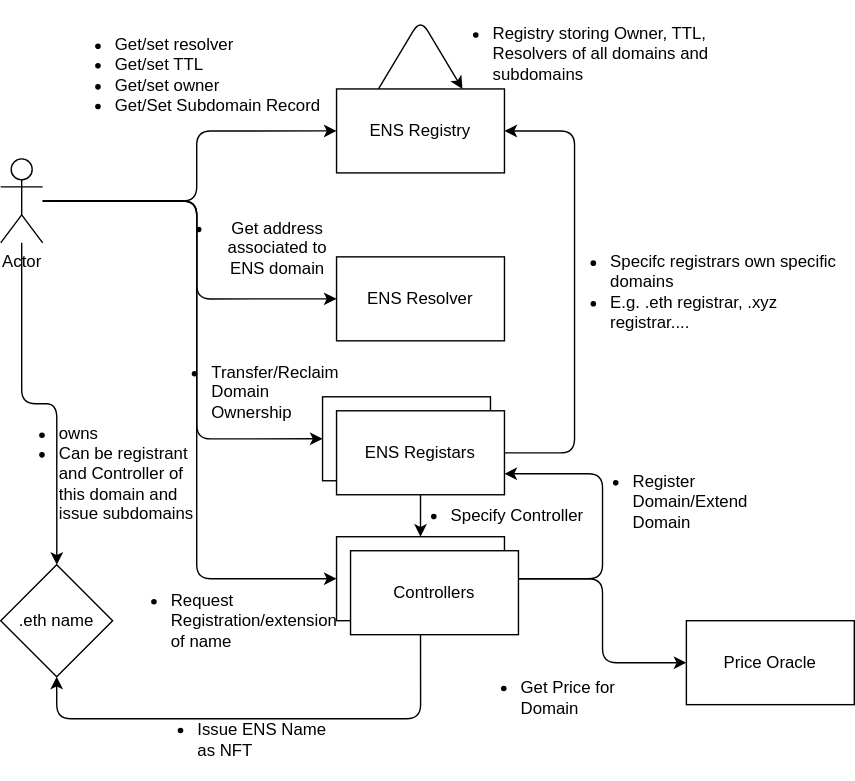
The draw.io diagram ens/ens.drawio.svg in oliversinan/web3-architecture, before a commit. Source tidied: cells renumbered, new cells last; positions are measured from the earlier drawing's top-left corner, leaving out a move shared by most shapes. The source it was exported from:
```xml
<mxGraphModel background="#ffffff">
  <root>
    <mxCell id="0" />
    <mxCell id="1" parent="0" />
    <mxCell id="2" value="ENS Registry" style="rounded=0;whiteSpace=wrap;html=1;" parent="1" vertex="1">
      <mxGeometry x="240" y="60" width="120" height="60" as="geometry" />
    </mxCell>
    <mxCell id="3" value="ENS Resolver" style="rounded=0;whiteSpace=wrap;html=1;" parent="1" vertex="1">
      <mxGeometry x="240" y="180" width="120" height="60" as="geometry" />
    </mxCell>
    <mxCell id="4" style="edgeStyle=orthogonalEdgeStyle;html=1;entryX=0;entryY=0.5;entryDx=0;entryDy=0;" parent="1" edge="1" source="8" target="2">
      <mxGeometry relative="1" as="geometry">
        <Array as="points">
          <mxPoint x="140" y="140" />
          <mxPoint x="140" y="90" />
        </Array>
      </mxGeometry>
    </mxCell>
    <mxCell id="5" style="edgeStyle=orthogonalEdgeStyle;html=1;entryX=0;entryY=0.5;entryDx=0;entryDy=0;" parent="1" edge="1" source="8" target="3">
      <mxGeometry relative="1" as="geometry">
        <Array as="points">
          <mxPoint x="140" y="140" />
          <mxPoint x="140" y="210" />
        </Array>
      </mxGeometry>
    </mxCell>
    <mxCell id="6" style="edgeStyle=orthogonalEdgeStyle;html=1;entryX=0;entryY=0.5;entryDx=0;entryDy=0;" parent="1" edge="1" source="8" target="12">
      <mxGeometry relative="1" as="geometry">
        <Array as="points">
          <mxPoint x="140" y="140" />
          <mxPoint x="140" y="310" />
        </Array>
      </mxGeometry>
    </mxCell>
    <mxCell id="7" style="edgeStyle=orthogonalEdgeStyle;html=1;" parent="1" edge="1" source="8" target="11">
      <mxGeometry relative="1" as="geometry" />
    </mxCell>
    <mxCell id="8" value="Actor" style="shape=umlActor;verticalLabelPosition=bottom;verticalAlign=top;html=1;outlineConnect=0;" parent="1" vertex="1">
      <mxGeometry y="110" width="30" height="60" as="geometry" />
    </mxCell>
    <mxCell id="9" value="&lt;ul&gt;&lt;li&gt;Get/set resolver&lt;/li&gt;&lt;li&gt;Get/set TTL&lt;/li&gt;&lt;li&gt;Get/set owner&lt;/li&gt;&lt;li&gt;Get/Set Subdomain Record&lt;/li&gt;&lt;/ul&gt;" style="text;html=1;strokeColor=none;fillColor=none;align=left;verticalAlign=middle;whiteSpace=wrap;rounded=0;" parent="1" vertex="1">
      <mxGeometry x="40" y="15" width="210" height="70" as="geometry" />
    </mxCell>
    <mxCell id="10" value="&lt;ul&gt;&lt;li&gt;Get address associated to ENS domain&lt;/li&gt;&lt;/ul&gt;" style="text;html=1;strokeColor=none;fillColor=none;align=center;verticalAlign=middle;whiteSpace=wrap;rounded=0;" parent="1" vertex="1">
      <mxGeometry x="113" y="159" width="130" height="30" as="geometry" />
    </mxCell>
    <mxCell id="11" value=".eth name" style="rhombus;whiteSpace=wrap;html=1;" parent="1" vertex="1">
      <mxGeometry y="400" width="80" height="80" as="geometry" />
    </mxCell>
    <mxCell id="12" value="ENS Registars" style="rounded=0;whiteSpace=wrap;html=1;" parent="1" vertex="1">
      <mxGeometry x="230" y="280" width="120" height="60" as="geometry" />
    </mxCell>
    <mxCell id="13" value="&lt;ul&gt;&lt;li&gt;Specifc registrars own specific domains&lt;/li&gt;&lt;li&gt;E.g. .eth registrar, .xyz registrar....&lt;/li&gt;&lt;/ul&gt;" style="text;html=1;strokeColor=none;fillColor=none;align=left;verticalAlign=middle;whiteSpace=wrap;rounded=0;" parent="1" vertex="1">
      <mxGeometry x="394" y="170" width="210" height="70" as="geometry" />
    </mxCell>
    <mxCell id="14" style="edgeStyle=orthogonalEdgeStyle;html=1;entryX=1;entryY=0.5;entryDx=0;entryDy=0;" parent="1" edge="1" source="16" target="2">
      <mxGeometry relative="1" as="geometry">
        <Array as="points">
          <mxPoint x="410" y="320" />
          <mxPoint x="410" y="90" />
        </Array>
      </mxGeometry>
    </mxCell>
    <mxCell id="15" style="edgeStyle=orthogonalEdgeStyle;html=1;exitX=0.5;exitY=1;exitDx=0;exitDy=0;entryX=0.5;entryY=0;entryDx=0;entryDy=0;" parent="1" edge="1" source="16" target="22">
      <mxGeometry relative="1" as="geometry" />
    </mxCell>
    <mxCell id="16" value="ENS Registars" style="rounded=0;whiteSpace=wrap;html=1;" parent="1" vertex="1">
      <mxGeometry x="240" y="290" width="120" height="60" as="geometry" />
    </mxCell>
    <mxCell id="17" style="edgeStyle=orthogonalEdgeStyle;html=1;exitX=0.25;exitY=0;exitDx=0;exitDy=0;entryX=0.75;entryY=0;entryDx=0;entryDy=0;" parent="1" edge="1" source="2" target="2">
      <mxGeometry relative="1" as="geometry">
        <Array as="points">
          <mxPoint x="300" y="10" />
        </Array>
      </mxGeometry>
    </mxCell>
    <mxCell id="18" value="&lt;ul&gt;&lt;li&gt;Registry storing Owner, TTL, Resolvers of all domains and subdomains&lt;/li&gt;&lt;/ul&gt;" style="text;html=1;strokeColor=none;fillColor=none;align=left;verticalAlign=middle;whiteSpace=wrap;rounded=0;" parent="1" vertex="1">
      <mxGeometry x="310" width="210" height="70" as="geometry" />
    </mxCell>
    <mxCell id="19" style="edgeStyle=orthogonalEdgeStyle;html=1;exitX=1;exitY=0.5;exitDx=0;exitDy=0;entryX=0;entryY=0.5;entryDx=0;entryDy=0;" parent="1" edge="1" source="22" target="25">
      <mxGeometry relative="1" as="geometry">
        <Array as="points">
          <mxPoint x="430" y="410" />
          <mxPoint x="430" y="470" />
        </Array>
      </mxGeometry>
    </mxCell>
    <mxCell id="20" style="edgeStyle=orthogonalEdgeStyle;html=1;entryX=1;entryY=0.75;entryDx=0;entryDy=0;" parent="1" edge="1" source="22" target="16">
      <mxGeometry relative="1" as="geometry">
        <Array as="points">
          <mxPoint x="430" y="410" />
          <mxPoint x="430" y="335" />
        </Array>
      </mxGeometry>
    </mxCell>
    <mxCell id="21" style="edgeStyle=orthogonalEdgeStyle;html=1;exitX=0.5;exitY=1;exitDx=0;exitDy=0;entryX=0.5;entryY=1;entryDx=0;entryDy=0;" parent="1" edge="1" source="22" target="11">
      <mxGeometry relative="1" as="geometry">
        <Array as="points">
          <mxPoint x="300" y="510" />
          <mxPoint x="40" y="510" />
        </Array>
      </mxGeometry>
    </mxCell>
    <mxCell id="22" value="Controllers" style="rounded=0;whiteSpace=wrap;html=1;" parent="1" vertex="1">
      <mxGeometry x="240" y="380" width="120" height="60" as="geometry" />
    </mxCell>
    <mxCell id="23" style="edgeStyle=orthogonalEdgeStyle;html=1;entryX=0;entryY=0.5;entryDx=0;entryDy=0;" parent="1" edge="1" target="22">
      <mxGeometry relative="1" as="geometry">
        <mxPoint x="40" y="140" as="sourcePoint" />
        <Array as="points">
          <mxPoint x="140" y="140" />
          <mxPoint x="140" y="410" />
        </Array>
      </mxGeometry>
    </mxCell>
    <mxCell id="24" value="&lt;ul&gt;&lt;li&gt;Request Registration/extension of name&lt;/li&gt;&lt;/ul&gt;" style="text;html=1;strokeColor=none;fillColor=none;align=left;verticalAlign=middle;whiteSpace=wrap;rounded=0;" parent="1" vertex="1">
      <mxGeometry x="80" y="425" width="130" height="30" as="geometry" />
    </mxCell>
    <mxCell id="25" value="Price Oracle" style="rounded=0;whiteSpace=wrap;html=1;" parent="1" vertex="1">
      <mxGeometry x="490" y="440" width="120" height="60" as="geometry" />
    </mxCell>
    <mxCell id="26" value="&lt;ul&gt;&lt;li&gt;Get Price for Domain&lt;/li&gt;&lt;/ul&gt;" style="text;html=1;strokeColor=none;fillColor=none;align=left;verticalAlign=middle;whiteSpace=wrap;rounded=0;" parent="1" vertex="1">
      <mxGeometry x="330" y="480" width="150" height="30" as="geometry" />
    </mxCell>
    <mxCell id="27" value="&lt;ul&gt;&lt;li&gt;Register Domain/Extend Domain&lt;/li&gt;&lt;/ul&gt;" style="text;html=1;strokeColor=none;fillColor=none;align=left;verticalAlign=middle;whiteSpace=wrap;rounded=0;" parent="1" vertex="1">
      <mxGeometry x="410" y="340" width="150" height="30" as="geometry" />
    </mxCell>
    <mxCell id="28" value="&lt;ul&gt;&lt;li&gt;Specify Controller&lt;/li&gt;&lt;/ul&gt;" style="text;html=1;strokeColor=none;fillColor=none;align=left;verticalAlign=middle;whiteSpace=wrap;rounded=0;" parent="1" vertex="1">
      <mxGeometry x="280" y="350" width="150" height="30" as="geometry" />
    </mxCell>
    <mxCell id="29" value="&lt;ul&gt;&lt;li&gt;Transfer/Reclaim Domain Ownership&lt;/li&gt;&lt;/ul&gt;" style="text;html=1;strokeColor=none;fillColor=none;align=left;verticalAlign=middle;whiteSpace=wrap;rounded=0;" parent="1" vertex="1">
      <mxGeometry x="109" y="262" width="130" height="30" as="geometry" />
    </mxCell>
    <mxCell id="30" value="&lt;ul&gt;&lt;li&gt;Issue ENS Name as NFT&lt;/li&gt;&lt;/ul&gt;" style="text;html=1;strokeColor=none;fillColor=none;align=left;verticalAlign=middle;whiteSpace=wrap;rounded=0;" parent="1" vertex="1">
      <mxGeometry x="99" y="510" width="150" height="30" as="geometry" />
    </mxCell>
    <mxCell id="31" value="&lt;ul&gt;&lt;li&gt;owns&lt;/li&gt;&lt;li&gt;Can be registrant and Controller of this domain and issue subdomains&lt;/li&gt;&lt;/ul&gt;" style="text;html=1;strokeColor=none;fillColor=none;align=left;verticalAlign=middle;whiteSpace=wrap;rounded=0;" parent="1" vertex="1">
      <mxGeometry y="320" width="150" height="30" as="geometry" />
    </mxCell>
    <mxCell id="32" value="Controllers" style="rounded=0;whiteSpace=wrap;html=1;" parent="1" vertex="1">
      <mxGeometry x="250" y="390" width="120" height="60" as="geometry" />
    </mxCell>
  </root>
</mxGraphModel>
```
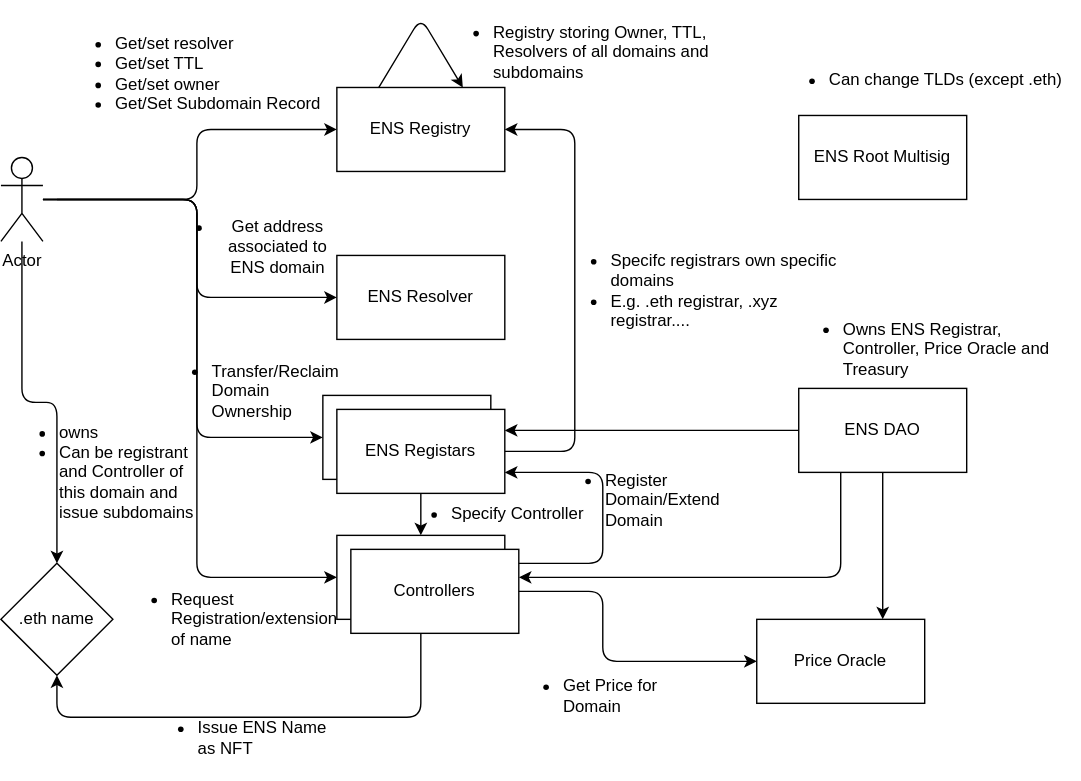
Above is the later version.

Change to the diagram source:
```diff
@@ -80,7 +80,8 @@
     <mxCell id="19" style="edgeStyle=orthogonalEdgeStyle;html=1;exitX=1;exitY=0.5;exitDx=0;exitDy=0;entryX=0;entryY=0.5;entryDx=0;entryDy=0;" parent="1" edge="1" source="22" target="25">
       <mxGeometry relative="1" as="geometry">
         <Array as="points">
-          <mxPoint x="430" y="410" />
+          <mxPoint x="360" y="420" />
+          <mxPoint x="430" y="420" />
           <mxPoint x="430" y="470" />
         </Array>
       </mxGeometry>
@@ -88,7 +89,7 @@
     <mxCell id="20" style="edgeStyle=orthogonalEdgeStyle;html=1;entryX=1;entryY=0.75;entryDx=0;entryDy=0;" parent="1" edge="1" source="22" target="16">
       <mxGeometry relative="1" as="geometry">
         <Array as="points">
-          <mxPoint x="430" y="410" />
+          <mxPoint x="430" y="400" />
           <mxPoint x="430" y="335" />
         </Array>
       </mxGeometry>
@@ -117,13 +118,13 @@
       <mxGeometry x="80" y="425" width="130" height="30" as="geometry" />
     </mxCell>
     <mxCell id="25" value="Price Oracle" style="rounded=0;whiteSpace=wrap;html=1;" parent="1" vertex="1">
-      <mxGeometry x="490" y="440" width="120" height="60" as="geometry" />
+      <mxGeometry x="540" y="440" width="120" height="60" as="geometry" />
     </mxCell>
     <mxCell id="26" value="&lt;ul&gt;&lt;li&gt;Get Price for Domain&lt;/li&gt;&lt;/ul&gt;" style="text;html=1;strokeColor=none;fillColor=none;align=left;verticalAlign=middle;whiteSpace=wrap;rounded=0;" parent="1" vertex="1">
-      <mxGeometry x="330" y="480" width="150" height="30" as="geometry" />
+      <mxGeometry x="360" y="480" width="150" height="30" as="geometry" />
     </mxCell>
     <mxCell id="27" value="&lt;ul&gt;&lt;li&gt;Register Domain/Extend Domain&lt;/li&gt;&lt;/ul&gt;" style="text;html=1;strokeColor=none;fillColor=none;align=left;verticalAlign=middle;whiteSpace=wrap;rounded=0;" parent="1" vertex="1">
-      <mxGeometry x="410" y="340" width="150" height="30" as="geometry" />
+      <mxGeometry x="390" y="340" width="150" height="30" as="geometry" />
     </mxCell>
     <mxCell id="28" value="&lt;ul&gt;&lt;li&gt;Specify Controller&lt;/li&gt;&lt;/ul&gt;" style="text;html=1;strokeColor=none;fillColor=none;align=left;verticalAlign=middle;whiteSpace=wrap;rounded=0;" parent="1" vertex="1">
       <mxGeometry x="280" y="350" width="150" height="30" as="geometry" />
@@ -140,5 +141,31 @@
     <mxCell id="32" value="Controllers" style="rounded=0;whiteSpace=wrap;html=1;" parent="1" vertex="1">
       <mxGeometry x="250" y="390" width="120" height="60" as="geometry" />
     </mxCell>
+    <mxCell id="33" style="edgeStyle=orthogonalEdgeStyle;html=1;entryX=1;entryY=0.25;entryDx=0;entryDy=0;" parent="1" edge="1" source="36" target="16">
+      <mxGeometry relative="1" as="geometry" />
+    </mxCell>
+    <mxCell id="34" style="edgeStyle=orthogonalEdgeStyle;html=1;entryX=0.75;entryY=0;entryDx=0;entryDy=0;" parent="1" edge="1" source="36" target="25">
+      <mxGeometry relative="1" as="geometry" />
+    </mxCell>
+    <mxCell id="35" style="edgeStyle=orthogonalEdgeStyle;html=1;exitX=0.25;exitY=1;exitDx=0;exitDy=0;" parent="1" edge="1" source="36">
+      <mxGeometry relative="1" as="geometry">
+        <mxPoint x="370" y="410" as="targetPoint" />
+        <Array as="points">
+          <mxPoint x="600" y="410" />
+        </Array>
+      </mxGeometry>
+    </mxCell>
+    <mxCell id="36" value="ENS DAO" style="rounded=0;whiteSpace=wrap;html=1;" parent="1" vertex="1">
+      <mxGeometry x="570" y="275" width="120" height="60" as="geometry" />
+    </mxCell>
+    <mxCell id="37" value="ENS Root Multisig" style="rounded=0;whiteSpace=wrap;html=1;" parent="1" vertex="1">
+      <mxGeometry x="570" y="80" width="120" height="60" as="geometry" />
+    </mxCell>
+    <mxCell id="38" value="&lt;ul&gt;&lt;li&gt;Owns ENS Registrar, Controller, Price Oracle and Treasury&lt;/li&gt;&lt;/ul&gt;" style="text;html=1;strokeColor=none;fillColor=none;align=left;verticalAlign=middle;whiteSpace=wrap;rounded=0;" parent="1" vertex="1">
+      <mxGeometry x="560" y="232" width="210" height="30" as="geometry" />
+    </mxCell>
+    <mxCell id="39" value="&lt;ul&gt;&lt;li&gt;Can change TLDs (except .eth)&lt;/li&gt;&lt;/ul&gt;" style="text;html=1;strokeColor=none;fillColor=none;align=left;verticalAlign=middle;whiteSpace=wrap;rounded=0;" parent="1" vertex="1">
+      <mxGeometry x="550" y="40" width="210" height="30" as="geometry" />
+    </mxCell>
   </root>
 </mxGraphModel>
```
